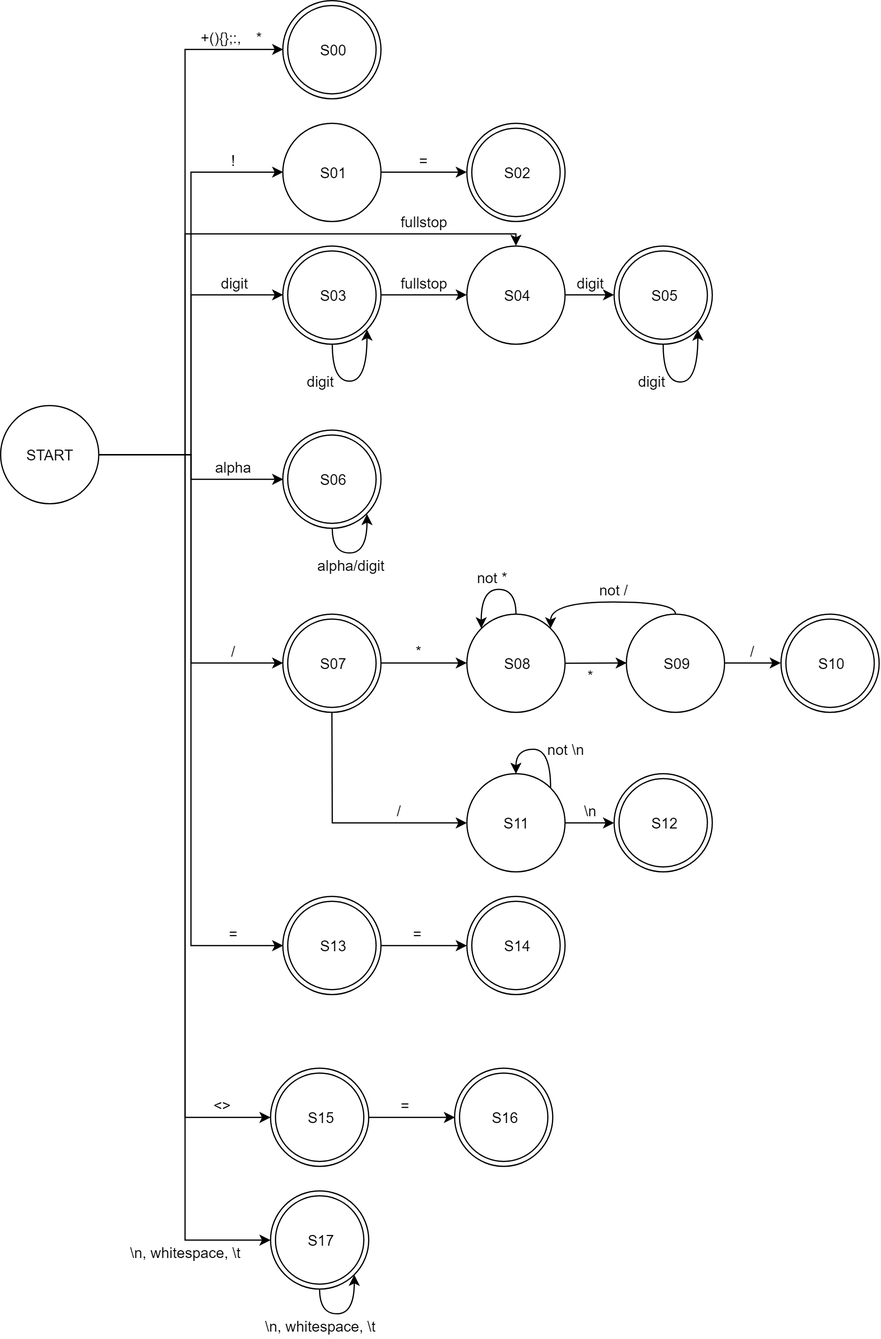
Above: Report/Images/Q1_StateTransitionDiagram.png in CowKeyMan/Minilang_Compiler (draw.io), before the change. Source tidied: cells renumbered, new cells last; positions are measured from the earlier drawing's top-left corner, leaving out a move shared by most shapes.
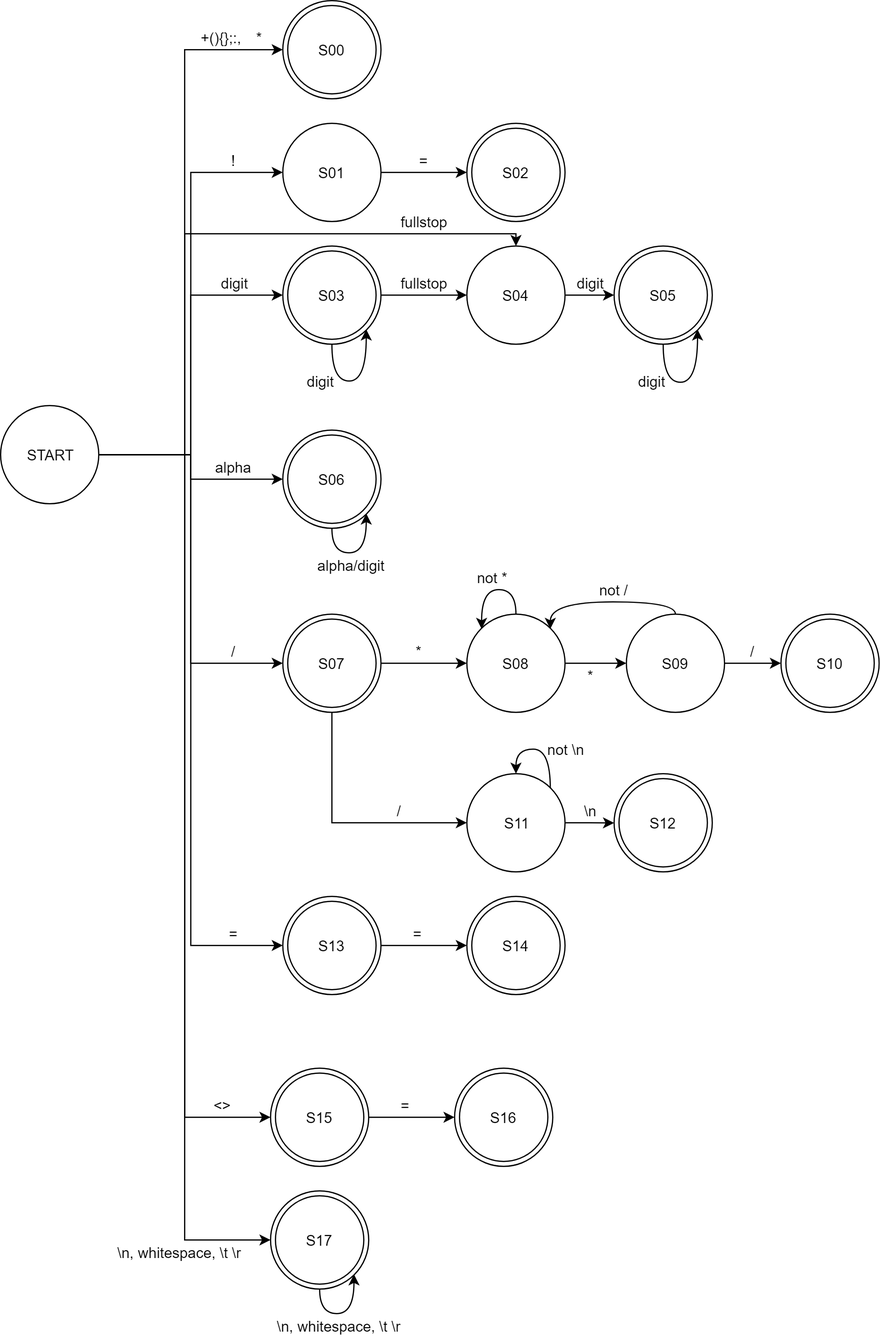
Later version of the same file.

Diff of the diagram source:
```diff
@@ -244,12 +244,9 @@
     <mxCell id="67" value="S17&lt;br&gt;" style="ellipse;shape=doubleEllipse;whiteSpace=wrap;html=1;fontFamily=Helvetica;fontSize=12;fontColor=#000000;align=center;strokeColor=#000000;fillColor=#ffffff;" parent="1" vertex="1">
       <mxGeometry x="220" y="970" width="80" height="80" as="geometry" />
     </mxCell>
-    <mxCell id="68" value="\n, whitespace, \t" style="text;html=1;strokeColor=none;fillColor=none;align=center;verticalAlign=middle;whiteSpace=wrap;rounded=0;shadow=0;" parent="1" vertex="1">
-      <mxGeometry x="100" y="1010" width="100" height="20" as="geometry" />
+    <mxCell id="68" value="\n, whitespace, \t \r" style="text;html=1;strokeColor=none;fillColor=none;align=center;verticalAlign=middle;whiteSpace=wrap;rounded=0;shadow=0;" parent="1" vertex="1">
+      <mxGeometry x="90" y="1010" width="110" height="20" as="geometry" />
     </mxCell>
-    <mxCell id="69" value="\n, whitespace, \t" style="text;html=1;strokeColor=none;fillColor=none;align=center;verticalAlign=middle;whiteSpace=wrap;rounded=0;shadow=0;" parent="1" vertex="1">
-      <mxGeometry x="210" y="1070" width="100" height="20" as="geometry" />
-    </mxCell>
     <mxCell id="70" style="edgeStyle=orthogonalEdgeStyle;rounded=0;orthogonalLoop=1;jettySize=auto;html=1;entryX=1;entryY=1;entryDx=0;entryDy=0;curved=1;exitX=0.5;exitY=1;exitDx=0;exitDy=0;" parent="1" edge="1" source="67" target="67">
       <mxGeometry relative="1" as="geometry">
         <Array as="points">
@@ -272,5 +269,8 @@
     <mxCell id="73" value="\n&lt;br&gt;" style="text;html=1;strokeColor=none;fillColor=none;align=center;verticalAlign=middle;whiteSpace=wrap;rounded=0;shadow=0;" parent="1" vertex="1">
       <mxGeometry x="460" y="650.2" width="40" height="20" as="geometry" />
     </mxCell>
+    <mxCell id="74" value="\n, whitespace, \t \r" style="text;html=1;strokeColor=none;fillColor=none;align=center;verticalAlign=middle;whiteSpace=wrap;rounded=0;shadow=0;" parent="1" vertex="1">
+      <mxGeometry x="220" y="1070" width="110" height="20" as="geometry" />
+    </mxCell>
   </root>
 </mxGraphModel>
```
